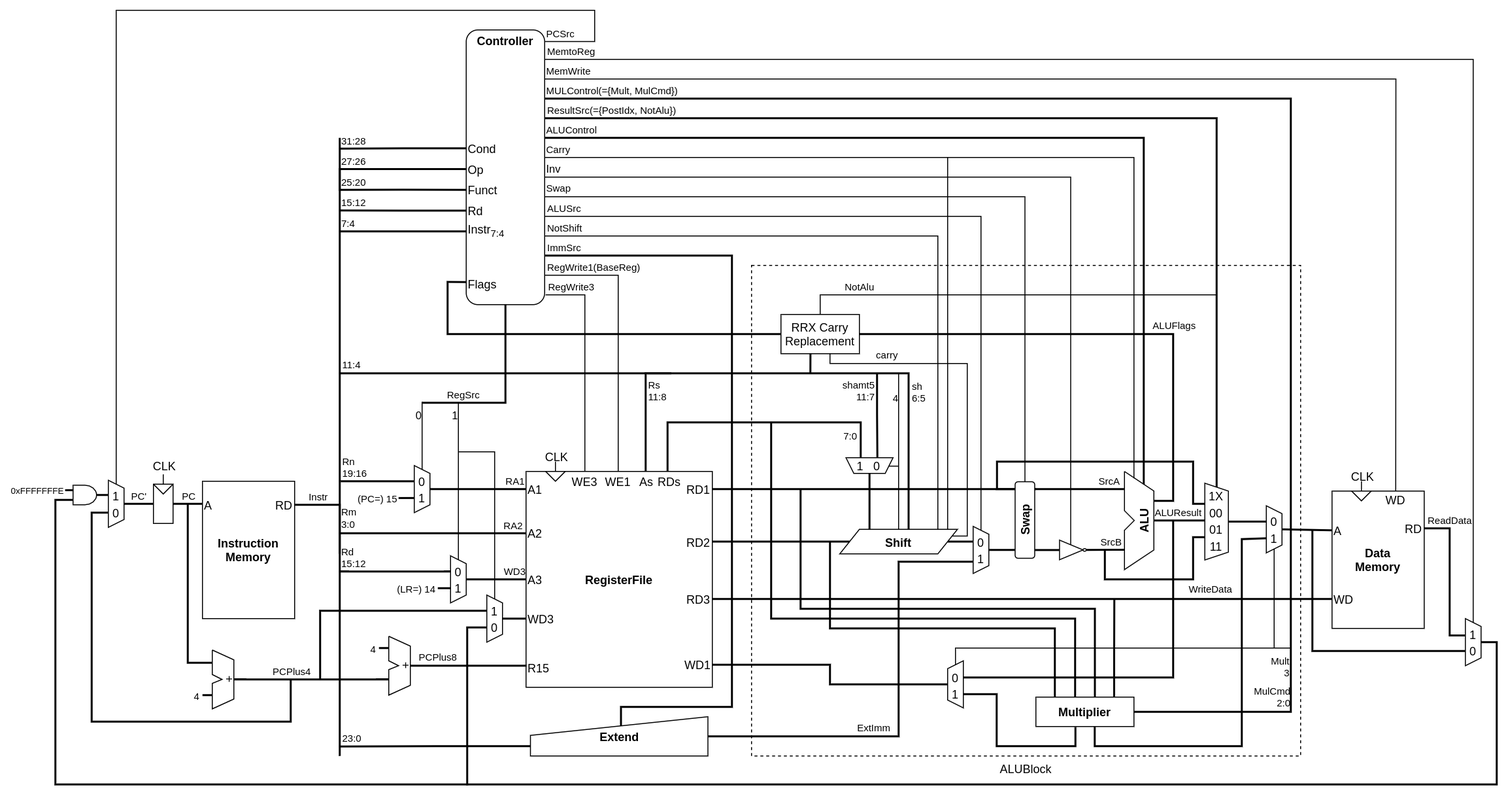
Before: asset/arm_cpu_diagram.drawio.png, a diagram exported from draw.io (takah29/arm-cpu). Source tidied: cells renumbered, new cells last; positions are measured from the earlier drawing's top-left corner, leaving out a move shared by most shapes.
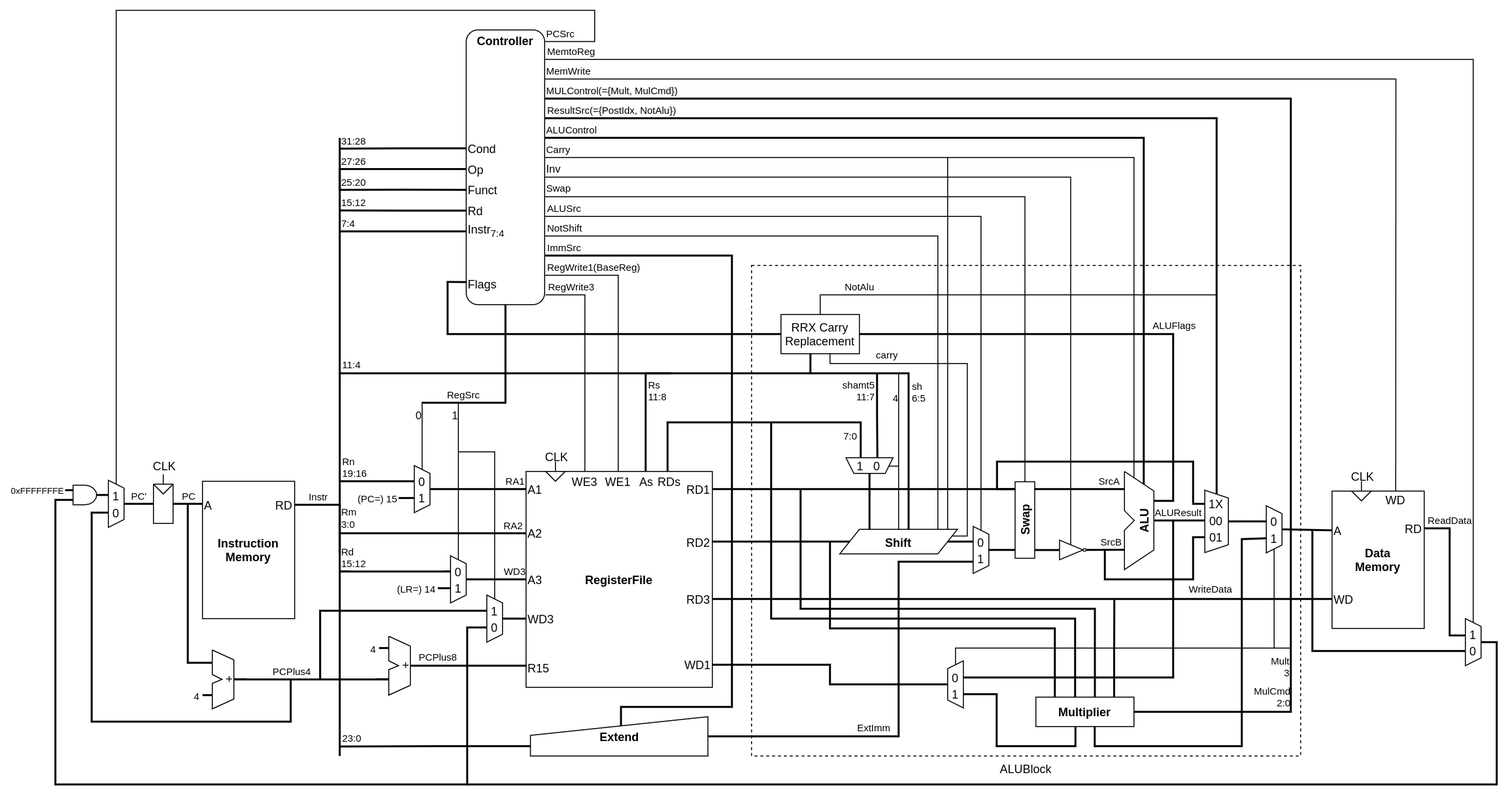
The same file after the commit.

The edit, as a diff of the source:
```diff
@@ -326,23 +326,20 @@
       <mxGeometry x="484.5" y="720" width="181" height="40" as="geometry" />
     </mxCell>
     <mxCell id="67" style="group;" parent="1" vertex="1">
-      <mxGeometry x="1162.3" y="503" width="46.2" height="56.5" as="geometry" />
+      <mxGeometry x="1162.3" y="503" width="57.6" height="56.5" as="geometry" />
     </mxCell>
     <mxCell id="68" style="shape=trapezoid;perimeter=trapezoidPerimeter;whiteSpace=wrap;html=1;fixedSize=1;rotation=90;size=8;" parent="67" vertex="1">
-      <mxGeometry x="-17.1" y="6.1" width="78.2" height="24" as="geometry" />
+      <mxGeometry x="-9.8" y="5.9" width="63.6" height="24" as="geometry" />
     </mxCell>
     <mxCell id="69" value="01" style="text;html=1;strokeColor=none;fillColor=none;align=center;verticalAlign=middle;whiteSpace=wrap;rounded=0;" parent="67" vertex="1">
-      <mxGeometry x="17" y="16" width="10" height="20" as="geometry" />
+      <mxGeometry x="17" y="24" width="10" height="20" as="geometry" />
     </mxCell>
     <mxCell id="70" value="00" style="text;html=1;strokeColor=none;fillColor=none;align=center;verticalAlign=middle;whiteSpace=wrap;rounded=0;" parent="67" vertex="1">
-      <mxGeometry x="17" y="-1" width="10" height="20" as="geometry" />
+      <mxGeometry x="17" y="7" width="10" height="20" as="geometry" />
     </mxCell>
     <mxCell id="71" value="1X" style="text;html=1;strokeColor=none;fillColor=none;align=center;verticalAlign=middle;whiteSpace=wrap;rounded=0;" parent="67" vertex="1">
-      <mxGeometry x="17" y="-18" width="10" height="20" as="geometry" />
+      <mxGeometry x="17" y="-10" width="10" height="20" as="geometry" />
     </mxCell>
-    <mxCell id="72" value="11" style="text;html=1;strokeColor=none;fillColor=none;align=center;verticalAlign=middle;whiteSpace=wrap;rounded=0;" parent="67" vertex="1">
-      <mxGeometry x="17" y="32.5" width="10" height="20" as="geometry" />
-    </mxCell>
     <mxCell id="73" style="edgeStyle=orthogonalEdgeStyle;rounded=0;jettySize=auto;html=1;entryX=0.5;entryY=1;entryDx=0;entryDy=0;endArrow=none;endFill=0;strokeWidth=2;" parent="1" edge="1" target="56">
       <mxGeometry relative="1" as="geometry">
         <mxPoint x="1172.3" y="520" as="sourcePoint" />
@@ -966,7 +963,7 @@
         </Array>
       </mxGeometry>
     </mxCell>
-    <mxCell id="190" value="&lt;b&gt;&lt;font style=&quot;font-size: 12px&quot;&gt;Swap&lt;/font&gt;&lt;/b&gt;" style="rounded=1;whiteSpace=wrap;html=1;fontSize=10;align=center;rotation=-90;" parent="1" vertex="1">
+    <mxCell id="190" value="&lt;b&gt;&lt;font style=&quot;font-size: 12px&quot;&gt;Swap&lt;/font&gt;&lt;/b&gt;" style="rounded=0;whiteSpace=wrap;html=1;fontSize=10;align=center;rotation=-90;" parent="1" vertex="1">
       <mxGeometry x="949.8" y="509.5" width="78" height="20" as="geometry" />
     </mxCell>
     <mxCell id="191" style="edgeStyle=orthogonalEdgeStyle;rounded=0;jettySize=auto;html=1;exitX=0.601;exitY=0.001;exitDx=0;exitDy=0;strokeWidth=2;endArrow=none;endFill=0;exitPerimeter=0;" parent="1" edge="1" source="196">
```
